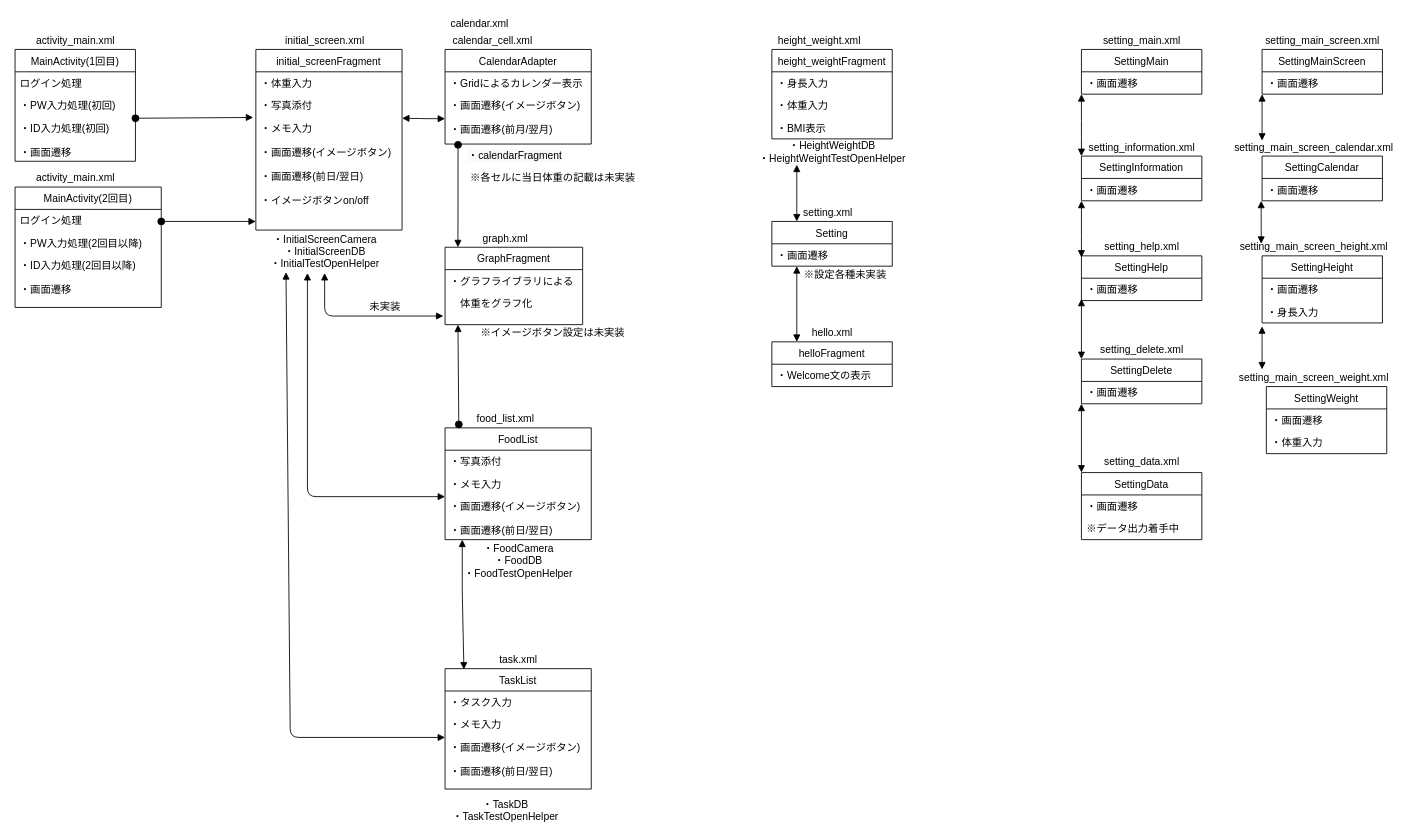
KeyHaru0225/Halth_Application keeps this draw.io diagram as HealthApp2.drawio. Above is the earlier version. Source tidied: cells renumbered, new cells numbered last; positions are measured from the earlier drawing's top-left corner, leaving out a move shared by most shapes. Both pictures are drawn from the tidied source at 86%, with x=0, y=0 at pixel (15, 15).
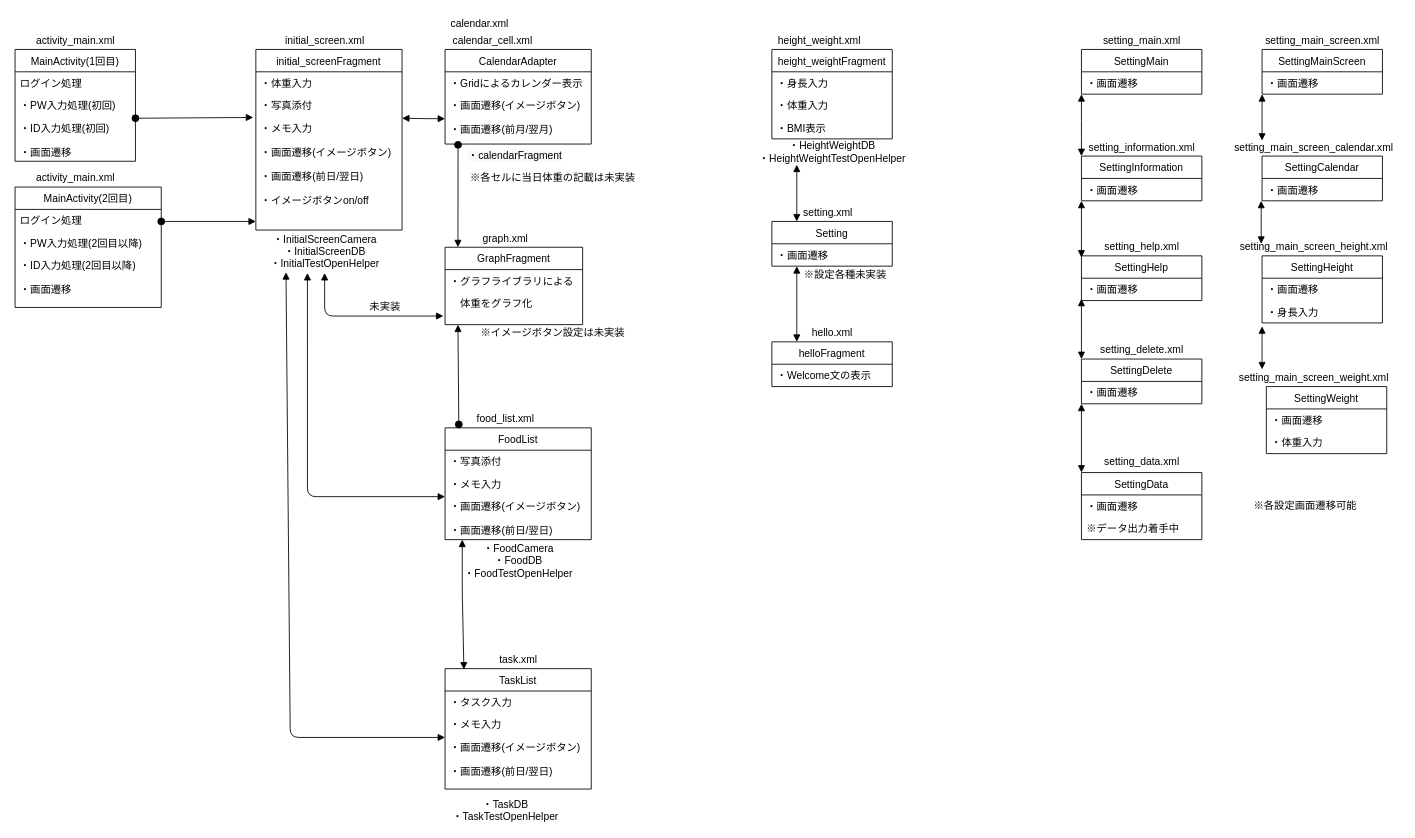
The same diagram, later.

What changed in the source:
```diff
@@
+    <mxCell id="104" value="※各設定画面遷移可能" style="text;html=1;align=center;verticalAlign=middle;fillColor=none;strokeColor=none;rounded=0;" parent="1" vertex="1">
+      <mxGeometry x="1430" y="561" width="140" height="20" as="geometry" />
+    </mxCell>
```
